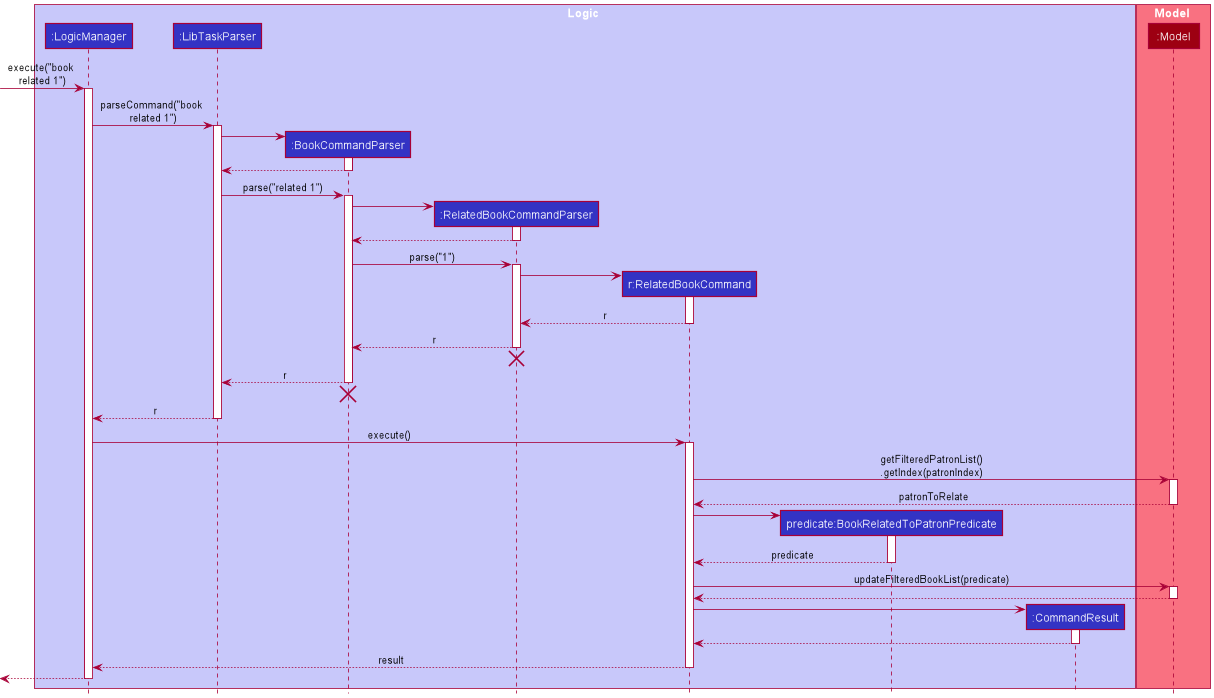
yuqitanyq/tp keeps this PlantUML diagram as docs/images/RelatedBookCommandSequenceDiagram.png. Above is the earlier version.
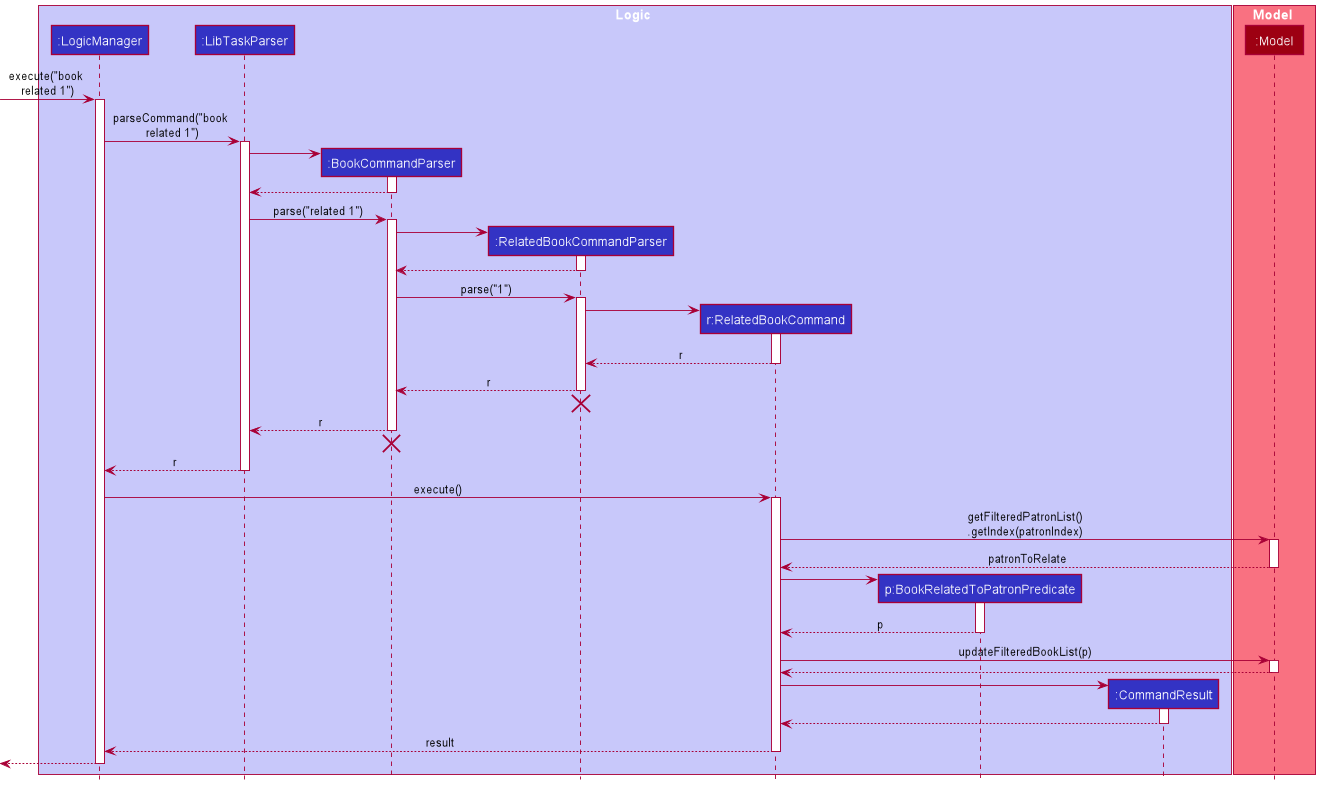
The same file after the commit.

Commit message:
Update sequence diagram

What changed in the source:
```diff
@@ -7,7 +7,7 @@
 participant ":BookCommandParser" as BookCommandParser LOGIC_COLOR
 participant ":RelatedBookCommandParser" as RelatedBookCommandParser LOGIC_COLOR
 participant "r:RelatedBookCommand" as RelatedBookCommand LOGIC_COLOR
-participant "predicate:BookRelatedToPatronPredicate" as BookRelatedToPatronPredicate LOGIC_COLOR
+participant "p:BookRelatedToPatronPredicate" as BookRelatedToPatronPredicate LOGIC_COLOR
 participant ":CommandResult" as CommandResult LOGIC_COLOR
 end box
 
@@ -74,10 +74,10 @@
 RelatedBookCommand -> BookRelatedToPatronPredicate :
 activate BookRelatedToPatronPredicate
 
-BookRelatedToPatronPredicate --> RelatedBookCommand : predicate
+BookRelatedToPatronPredicate --> RelatedBookCommand : p
 deactivate BookRelatedToPatronPredicate
 
-RelatedBookCommand -> Model : updateFilteredBookList(predicate)
+RelatedBookCommand -> Model : updateFilteredBookList(p)
 activate Model
 
 Model --> RelatedBookCommand
```
